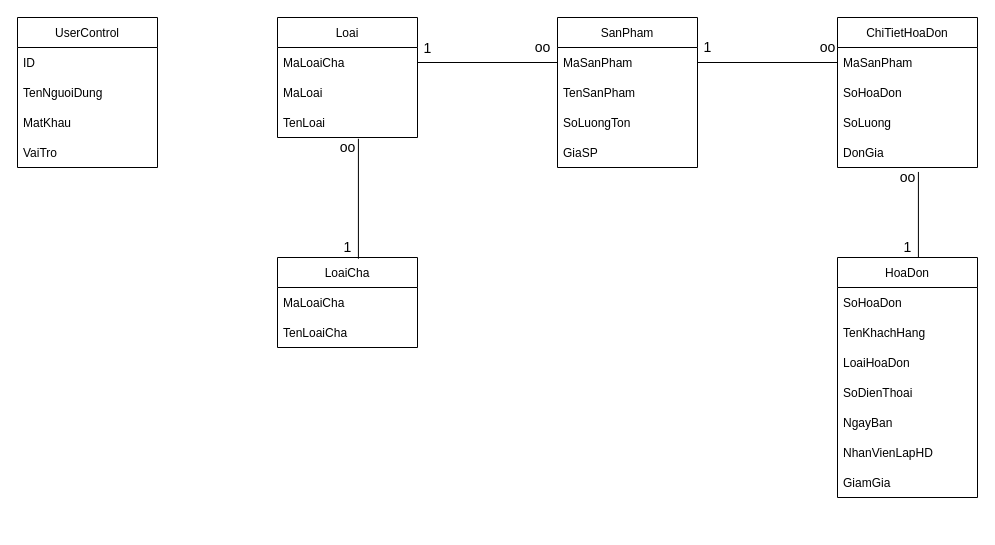
haihak/haihak keeps this draw.io diagram as do an.drawio. Above is the earlier version. Source tidied: cells renumbered, new cells numbered last; positions are measured from the earlier drawing's top-left corner, leaving out a move shared by most shapes. Both pictures are drawn from the tidied source at 100%, with x=0, y=0 at pixel (17, 17).
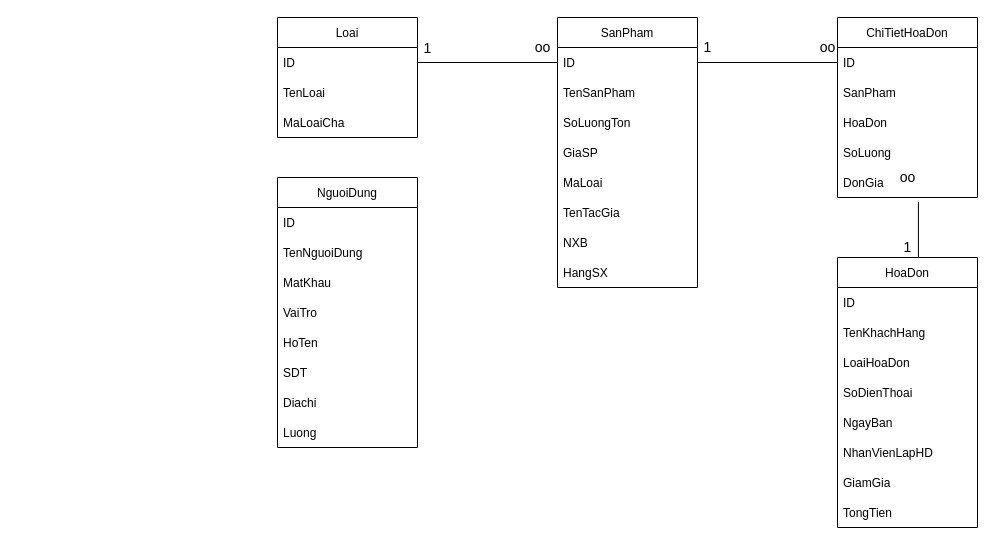
The same diagram, later.

The change refers to these unchanged cells:
```xml
<mxCell id="2" value="Loai" style="swimlane;fontStyle=0;horizontal=1;startSize=30;" parent="1" vertex="1">
  <mxGeometry x="260" width="140" height="120" as="geometry" />
</mxCell>
```

Change to the diagram source:
```diff
@@
-    <mxCell id="3" value="MaLoaiCha" style="text;strokeColor=none;fillColor=none;align=left;verticalAlign=middle;spacingLeft=4;spacingRight=4;overflow=hidden;points=[[0,0.5],[1,0.5]];portConstraint=eastwest;" parent="2" vertex="1">
+    <mxCell id="3" value="ID" style="text;strokeColor=none;fillColor=none;align=left;verticalAlign=middle;spacingLeft=4;spacingRight=4;overflow=hidden;points=[[0,0.5],[1,0.5]];portConstraint=eastwest;" parent="2" vertex="1">
       <mxGeometry y="30" width="140" height="30" as="geometry" />
     </mxCell>
-    <mxCell id="4" value="MaLoai" style="text;strokeColor=none;fillColor=none;align=left;verticalAlign=middle;spacingLeft=4;spacingRight=4;overflow=hidden;" parent="2" vertex="1">
+    <mxCell id="4" value="TenLoai" style="text;strokeColor=none;fillColor=none;align=left;verticalAlign=middle;spacingLeft=4;spacingRight=4;overflow=hidden;" parent="2" vertex="1">
       <mxGeometry y="60" width="140" height="30" as="geometry" />
     </mxCell>
-    <mxCell id="5" value="TenLoai" style="text;strokeColor=none;fillColor=none;align=left;verticalAlign=middle;spacingLeft=4;spacingRight=4;overflow=hidden;points=[[0,0.5],[1,0.5]];portConstraint=eastwest;" parent="2" vertex="1">
+    <mxCell id="5" value="MaLoaiCha" style="text;strokeColor=none;fillColor=none;align=left;verticalAlign=middle;spacingLeft=4;spacingRight=4;overflow=hidden;points=[[0,0.5],[1,0.5]];portConstraint=eastwest;" parent="2" vertex="1">
       <mxGeometry y="90" width="140" height="30" as="geometry" />
     </mxCell>
     <mxCell id="6" value="SanPham" style="swimlane;fontStyle=0;horizontal=1;startSize=30;" parent="1" vertex="1">
-      <mxGeometry x="540" width="140" height="150" as="geometry" />
+      <mxGeometry x="540" width="140" height="270" as="geometry" />
     </mxCell>
-    <mxCell id="7" value="MaSanPham" style="text;strokeColor=none;fillColor=none;align=left;verticalAlign=middle;spacingLeft=4;spacingRight=4;overflow=hidden;points=[[0,0.5],[1,0.5]];portConstraint=eastwest;" parent="6" vertex="1">
+    <mxCell id="7" value="ID" style="text;strokeColor=none;fillColor=none;align=left;verticalAlign=middle;spacingLeft=4;spacingRight=4;overflow=hidden;points=[[0,0.5],[1,0.5]];portConstraint=eastwest;" parent="6" vertex="1">
       <mxGeometry y="30" width="140" height="30" as="geometry" />
     </mxCell>
@@
-    <mxCell id="11" value="LoaiCha" style="swimlane;fontStyle=0;horizontal=1;startSize=30;" parent="1" vertex="1">
-      <mxGeometry x="260" y="240" width="140" height="90" as="geometry" />
-    </mxCell>
-    <mxCell id="12" value="MaLoaiCha" style="text;strokeColor=none;fillColor=none;align=left;verticalAlign=middle;spacingLeft=4;spacingRight=4;overflow=hidden;" parent="11" vertex="1">
-      <mxGeometry y="30" width="140" height="30" as="geometry" />
-    </mxCell>
-    <mxCell id="13" value="TenLoaiCha" style="text;strokeColor=none;fillColor=none;align=left;verticalAlign=middle;spacingLeft=4;spacingRight=4;overflow=hidden;" parent="11" vertex="1">
-      <mxGeometry y="60" width="140" height="30" as="geometry" />
-    </mxCell>
+    <mxCell id="44" value="MaLoai" style="text;strokeColor=none;fillColor=none;align=left;verticalAlign=middle;spacingLeft=4;spacingRight=4;overflow=hidden;" parent="6" vertex="1">
+      <mxGeometry y="150" width="140" height="30" as="geometry" />
+    </mxCell>
+    <mxCell id="45" value="TenTacGia" style="text;strokeColor=none;fillColor=none;align=left;verticalAlign=middle;spacingLeft=4;spacingRight=4;overflow=hidden;" parent="6" vertex="1">
+      <mxGeometry y="180" width="140" height="30" as="geometry" />
+    </mxCell>
+    <mxCell id="46" value="NXB" style="text;strokeColor=none;fillColor=none;align=left;verticalAlign=middle;spacingLeft=4;spacingRight=4;overflow=hidden;" parent="6" vertex="1">
+      <mxGeometry y="210" width="140" height="30" as="geometry" />
+    </mxCell>
+    <mxCell id="47" value="HangSX" style="text;strokeColor=none;fillColor=none;align=left;verticalAlign=middle;spacingLeft=4;spacingRight=4;overflow=hidden;" parent="6" vertex="1">
+      <mxGeometry y="240" width="140" height="30" as="geometry" />
+    </mxCell>
     <mxCell id="14" value="HoaDon" style="swimlane;fontStyle=0;horizontal=1;startSize=30;" parent="1" vertex="1">
-      <mxGeometry x="820" y="240" width="140" height="240" as="geometry" />
+      <mxGeometry x="820" y="240" width="140" height="270" as="geometry" />
     </mxCell>
-    <mxCell id="15" value="SoHoaDon" style="text;strokeColor=none;fillColor=none;align=left;verticalAlign=middle;spacingLeft=4;spacingRight=4;overflow=hidden;" parent="14" vertex="1">
+    <mxCell id="15" value="ID" style="text;strokeColor=none;fillColor=none;align=left;verticalAlign=middle;spacingLeft=4;spacingRight=4;overflow=hidden;" parent="14" vertex="1">
       <mxGeometry y="30" width="140" height="30" as="geometry" />
     </mxCell>
@@
+    <mxCell id="48" value="TongTien" style="text;strokeColor=none;fillColor=none;align=left;verticalAlign=middle;spacingLeft=4;spacingRight=4;overflow=hidden;" parent="14" vertex="1">
+      <mxGeometry y="240" width="140" height="30" as="geometry" />
+    </mxCell>
     <mxCell id="22" value="ChiTietHoaDon" style="swimlane;fontStyle=0;horizontal=1;startSize=30;" parent="1" vertex="1">
-      <mxGeometry x="820" width="140" height="150" as="geometry" />
+      <mxGeometry x="820" width="140" height="180" as="geometry" />
     </mxCell>
-    <mxCell id="23" value="MaSanPham" style="text;strokeColor=none;fillColor=none;align=left;verticalAlign=middle;spacingLeft=4;spacingRight=4;overflow=hidden;points=[[0,0.5],[1,0.5]];portConstraint=eastwest;" parent="22" vertex="1">
+    <mxCell id="23" value="ID" style="text;strokeColor=none;fillColor=none;align=left;verticalAlign=middle;spacingLeft=4;spacingRight=4;overflow=hidden;points=[[0,0.5],[1,0.5]];portConstraint=eastwest;" parent="22" vertex="1">
       <mxGeometry y="30" width="140" height="30" as="geometry" />
     </mxCell>
+    <mxCell id="49" value="SanPham" style="text;strokeColor=none;fillColor=none;align=left;verticalAlign=middle;spacingLeft=4;spacingRight=4;overflow=hidden;" parent="22" vertex="1">
+      <mxGeometry y="60" width="140" height="30" as="geometry" />
+    </mxCell>
-    <mxCell id="24" value="SoHoaDon" style="text;strokeColor=none;fillColor=none;align=left;verticalAlign=middle;spacingLeft=4;spacingRight=4;overflow=hidden;" parent="22" vertex="1">
-      <mxGeometry y="60" width="140" height="30" as="geometry" />
+    <mxCell id="24" value="HoaDon" style="text;strokeColor=none;fillColor=none;align=left;verticalAlign=middle;spacingLeft=4;spacingRight=4;overflow=hidden;" parent="22" vertex="1">
+      <mxGeometry y="90" width="140" height="30" as="geometry" />
     </mxCell>
     <mxCell id="25" value="SoLuong" style="text;strokeColor=none;fillColor=none;align=left;verticalAlign=middle;spacingLeft=4;spacingRight=4;overflow=hidden;" parent="22" vertex="1">
-      <mxGeometry y="90" width="140" height="30" as="geometry" />
+      <mxGeometry y="120" width="140" height="30" as="geometry" />
     </mxCell>
     <mxCell id="26" value="DonGia" style="text;strokeColor=none;fillColor=none;align=left;verticalAlign=middle;spacingLeft=4;spacingRight=4;overflow=hidden;points=[[0,0.5],[1,0.5]];portConstraint=eastwest;" parent="22" vertex="1">
-      <mxGeometry y="120" width="140" height="30" as="geometry" />
+      <mxGeometry y="150" width="140" height="30" as="geometry" />
     </mxCell>
-    <mxCell id="27" value="UserControl" style="swimlane;fontStyle=0;horizontal=1;startSize=30;" parent="1" vertex="1">
-      <mxGeometry width="140" height="150" as="geometry" />
+    <mxCell id="27" value="NguoiDung" style="swimlane;fontStyle=0;horizontal=1;startSize=30;" parent="1" vertex="1">
+      <mxGeometry x="260" y="160" width="140" height="270" as="geometry" />
     </mxCell>
@@
-    <mxCell id="32" style="endArrow=none;html=1;rounded=0;entryX=0.578;entryY=1.043;entryDx=0;entryDy=0;entryPerimeter=0;exitX=0.578;exitY=0.014;exitDx=0;exitDy=0;exitPerimeter=0;" parent="1" edge="1" source="11" target="5">
-      <mxGeometry relative="1" as="geometry" />
-    </mxCell>
+    <mxCell id="50" value="HoTen" style="text;strokeColor=none;fillColor=none;align=left;verticalAlign=middle;spacingLeft=4;spacingRight=4;overflow=hidden;" parent="27" vertex="1">
+      <mxGeometry y="150" width="140" height="30" as="geometry" />
+    </mxCell>
+    <mxCell id="51" value="SDT" style="text;strokeColor=none;fillColor=none;align=left;verticalAlign=middle;spacingLeft=4;spacingRight=4;overflow=hidden;" parent="27" vertex="1">
+      <mxGeometry y="180" width="140" height="30" as="geometry" />
+    </mxCell>
+    <mxCell id="52" value="Diachi" style="text;strokeColor=none;fillColor=none;align=left;verticalAlign=middle;spacingLeft=4;spacingRight=4;overflow=hidden;" parent="27" vertex="1">
+      <mxGeometry y="210" width="140" height="30" as="geometry" />
+    </mxCell>
+    <mxCell id="53" value="Luong" style="text;strokeColor=none;fillColor=none;align=left;verticalAlign=middle;spacingLeft=4;spacingRight=4;overflow=hidden;" parent="27" vertex="1">
+      <mxGeometry y="240" width="140" height="30" as="geometry" />
+    </mxCell>
@@
-    <mxCell id="38" value="1" style="text;html=1;align=center;verticalAlign=middle;strokeColor=none;fillColor=none;fontSize=14;" parent="1" vertex="1">
-      <mxGeometry x="320" y="220" width="20" height="20" as="geometry" />
-    </mxCell>
-    <mxCell id="39" value="oo" style="text;html=1;align=center;verticalAlign=middle;strokeColor=none;fillColor=none;fontSize=14;" parent="1" vertex="1">
-      <mxGeometry x="315" y="120" width="30" height="20" as="geometry" />
-    </mxCell>
```
